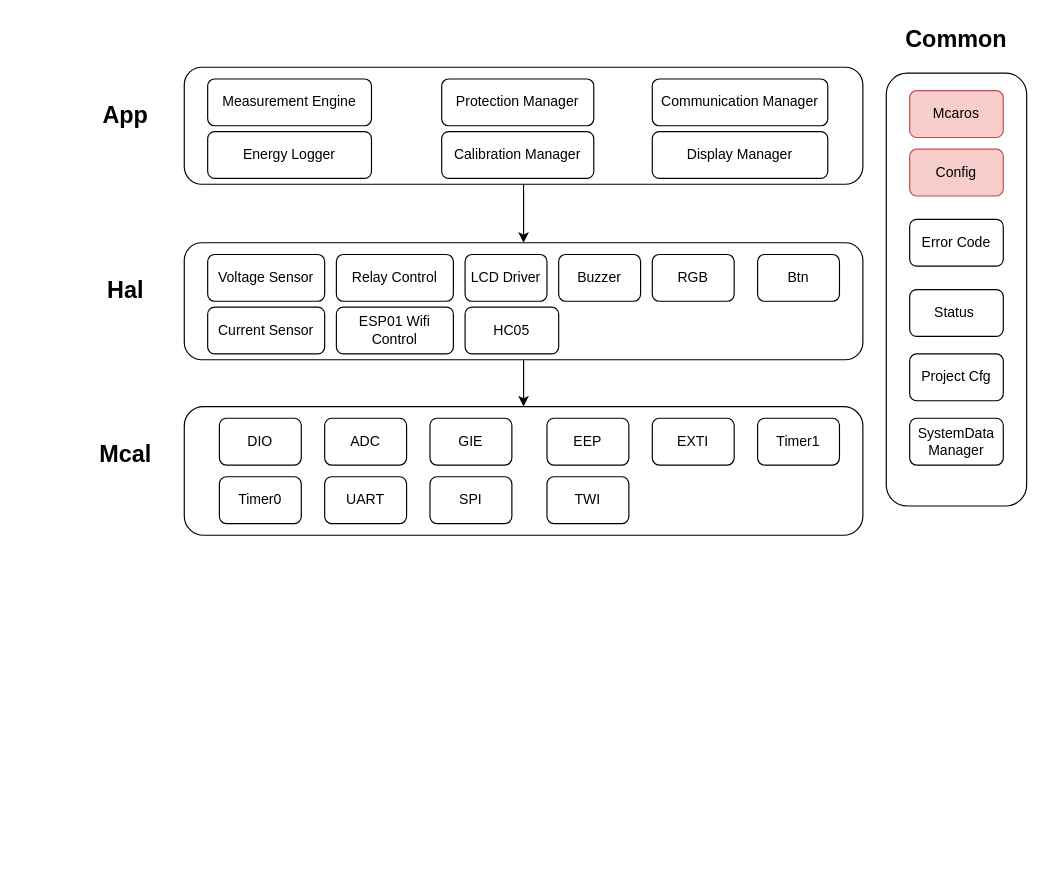
Earlier version of the draw.io diagram Design/ProjectUMLDigrams/ComponentDigrams/ComponentDigram.drawio (Gestell-Solution/Smart_Energy_Management_System). Source tidied: cells renumbered, new cells numbered last; positions are measured from the earlier drawing's top-left corner, leaving out a move shared by most shapes. Both pictures are drawn from the tidied source at 117%, with x=0, y=0 at pixel (90, 20).
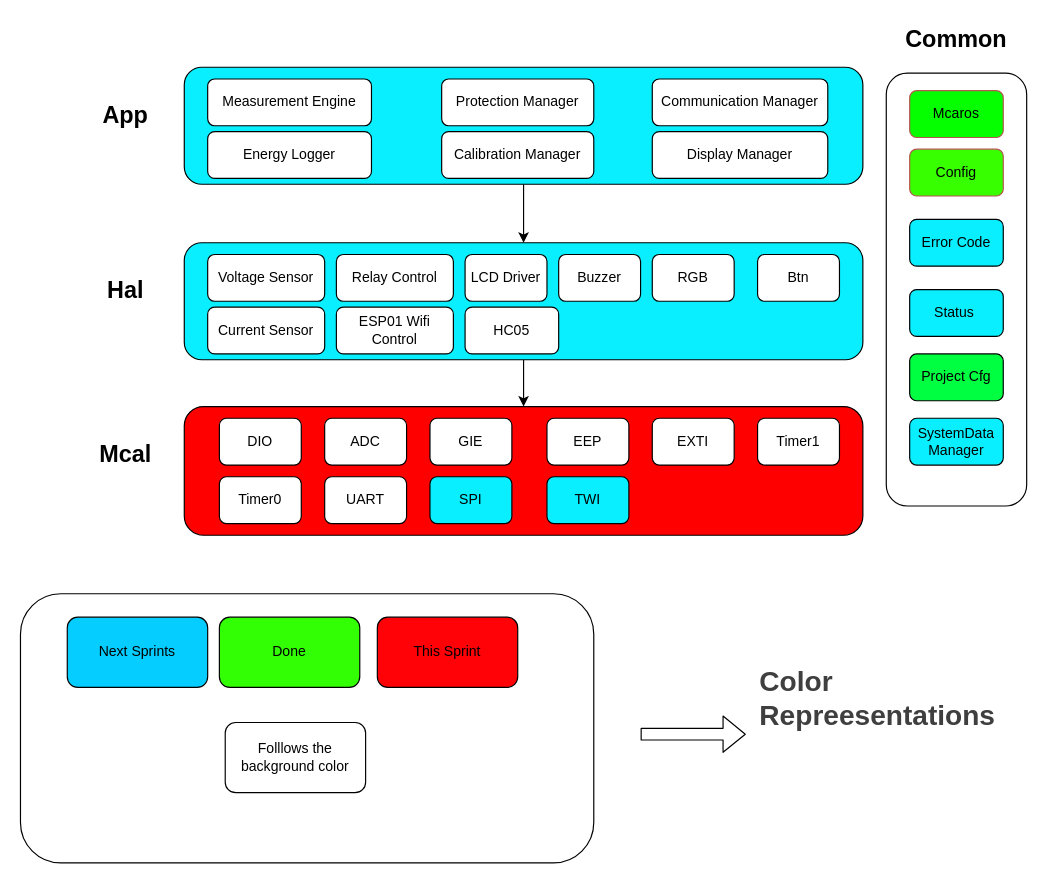
After the change.

Commit message:
[UseCaseDiagrams Task] [adding Colors to the representations indicating kind of Task] [Doc]   #62

What changed in the source:
```diff
@@
-    <mxCell id="2" style="rounded=1;whiteSpace=wrap;html=1;" parent="1" vertex="1">
+    <mxCell id="2" style="rounded=1;whiteSpace=wrap;html=1;fillColor=#FF0000;" parent="1" vertex="1">
       <mxGeometry x="80" y="330" width="580" height="110" as="geometry" />
     </mxCell>
@@
-    <mxCell id="11" style="rounded=1;whiteSpace=wrap;html=1;" parent="1" vertex="1">
+    <mxCell id="11" style="rounded=1;whiteSpace=wrap;html=1;fillColor=#0AEFFF;" parent="1" vertex="1">
       <mxGeometry x="80" y="190" width="580" height="100" as="geometry" />
     </mxCell>
@@
-    <mxCell id="23" style="rounded=1;whiteSpace=wrap;html=1;" parent="1" vertex="1">
+    <mxCell id="23" style="rounded=1;whiteSpace=wrap;html=1;fillColor=#0AEFFF;" parent="1" vertex="1">
       <mxGeometry x="80" y="40" width="580" height="100" as="geometry" />
     </mxCell>
@@
-    <mxCell id="33" value="Mcaros" style="rounded=1;whiteSpace=wrap;html=1;fillColor=#f8cecc;strokeColor=#b85450;" parent="1" vertex="1">
+    <mxCell id="33" value="Mcaros" style="rounded=1;whiteSpace=wrap;html=1;fillColor=#05FF00;strokeColor=#b85450;" parent="1" vertex="1">
       <mxGeometry x="700" y="60" width="80" height="40" as="geometry" />
     </mxCell>
-    <mxCell id="34" value="Config" style="rounded=1;whiteSpace=wrap;html=1;fillColor=#f8cecc;strokeColor=#b85450;" parent="1" vertex="1">
+    <mxCell id="34" value="Config" style="rounded=1;whiteSpace=wrap;html=1;fillColor=#37FF00;strokeColor=#b85450;" parent="1" vertex="1">
       <mxGeometry x="700" y="110" width="80" height="40" as="geometry" />
     </mxCell>
-    <mxCell id="35" value="Error Code" style="rounded=1;whiteSpace=wrap;html=1;" parent="1" vertex="1">
+    <mxCell id="35" value="Error Code" style="rounded=1;whiteSpace=wrap;html=1;fillColor=#0AEFFF;" parent="1" vertex="1">
       <mxGeometry x="700" y="170" width="80" height="40" as="geometry" />
     </mxCell>
-    <mxCell id="36" value="Status&amp;nbsp;" style="rounded=1;whiteSpace=wrap;html=1;" parent="1" vertex="1">
+    <mxCell id="36" value="Status&amp;nbsp;" style="rounded=1;whiteSpace=wrap;html=1;fillColor=#0AEFFF;" parent="1" vertex="1">
       <mxGeometry x="700" y="230" width="80" height="40" as="geometry" />
     </mxCell>
-    <mxCell id="37" value="Project Cfg" style="rounded=1;whiteSpace=wrap;html=1;" parent="1" vertex="1">
+    <mxCell id="37" value="Project Cfg" style="rounded=1;whiteSpace=wrap;html=1;fillColor=#00FF41;" parent="1" vertex="1">
       <mxGeometry x="700" y="285" width="80" height="40" as="geometry" />
     </mxCell>
@@
-    <mxCell id="40" value="SPI" style="rounded=1;whiteSpace=wrap;html=1;" parent="1" vertex="1">
+    <mxCell id="40" value="SPI" style="rounded=1;whiteSpace=wrap;html=1;fillColor=#0AEFFF;" parent="1" vertex="1">
       <mxGeometry x="290" y="390" width="70" height="40" as="geometry" />
     </mxCell>
-    <mxCell id="41" value="TWI" style="rounded=1;whiteSpace=wrap;html=1;" parent="1" vertex="1">
+    <mxCell id="41" value="TWI" style="rounded=1;whiteSpace=wrap;html=1;fillColor=#0AEFFF;" parent="1" vertex="1">
       <mxGeometry x="390" y="390" width="70" height="40" as="geometry" />
     </mxCell>
-    <mxCell id="42" value="SystemData Manager" style="rounded=1;whiteSpace=wrap;html=1;" parent="1" vertex="1">
+    <mxCell id="42" value="SystemData Manager" style="rounded=1;whiteSpace=wrap;html=1;fillColor=#0AEFFF;" parent="1" vertex="1">
       <mxGeometry x="700" y="340" width="80" height="40" as="geometry" />
     </mxCell>
+    <mxCell id="43" style="rounded=1;whiteSpace=wrap;html=1;" parent="1" vertex="1">
+      <mxGeometry x="-60" y="490" width="490" height="230" as="geometry" />
+    </mxCell>
+    <mxCell id="44" value="Next Sprints" style="rounded=1;whiteSpace=wrap;html=1;fillColor=#06CDFF;" parent="1" vertex="1">
+      <mxGeometry x="-20" y="510" width="120" height="60" as="geometry" />
+    </mxCell>
+    <mxCell id="45" value="Done" style="rounded=1;whiteSpace=wrap;html=1;fillColor=#33FF04;" parent="1" vertex="1">
+      <mxGeometry x="110" y="510" width="120" height="60" as="geometry" />
+    </mxCell>
+    <mxCell id="46" value="This Sprint" style="rounded=1;whiteSpace=wrap;html=1;fillColor=#FF0208;" parent="1" vertex="1">
+      <mxGeometry x="245" y="510" width="120" height="60" as="geometry" />
+    </mxCell>
+    <mxCell id="47" value="Folllows the background color" style="rounded=1;whiteSpace=wrap;html=1;" parent="1" vertex="1">
+      <mxGeometry x="115" y="600" width="120" height="60" as="geometry" />
+    </mxCell>
+    <mxCell id="48" style="shape=flexArrow;endArrow=classic;html=1;" parent="1" edge="1">
+      <mxGeometry relative="1" as="geometry">
+        <mxPoint x="470" y="610" as="sourcePoint" />
+        <mxPoint x="560" y="610" as="targetPoint" />
+      </mxGeometry>
+    </mxCell>
+    <mxCell id="49" value="&lt;h1 style=&quot;margin-top: 0px;&quot;&gt;&lt;span style=&quot;color: rgb(63, 63, 63); background-color: transparent;&quot;&gt;Color Repreesentations&lt;/span&gt;&lt;/h1&gt;&lt;h1 style=&quot;margin-top: 0px;&quot;&gt;&lt;br&gt;&lt;/h1&gt;" style="text;html=1;whiteSpace=wrap;overflow=hidden;rounded=0;" parent="1" vertex="1">
+      <mxGeometry x="570" y="545" width="210" height="120" as="geometry" />
+    </mxCell>
```
